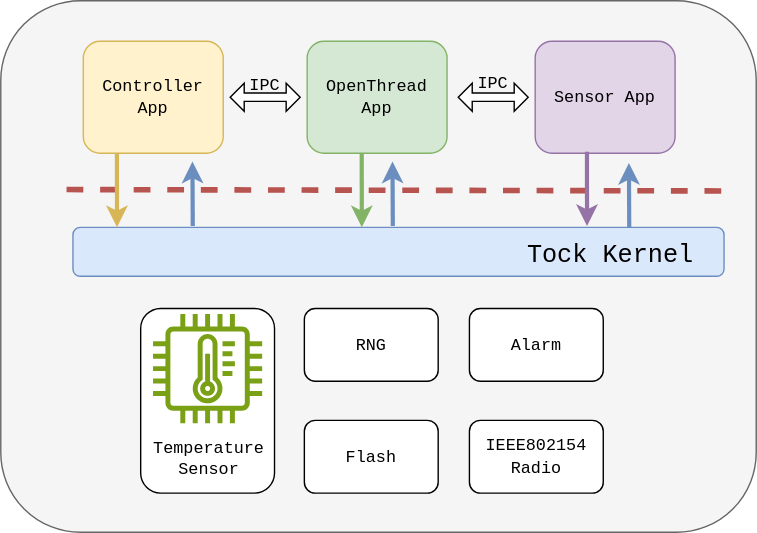
Above: src/imgs/thread_net_tutorial_apps.svg in tock/book (draw.io), before the change. Source tidied: cells renumbered, new cells last; positions are measured from the earlier drawing's top-left corner, leaving out a move shared by most shapes.
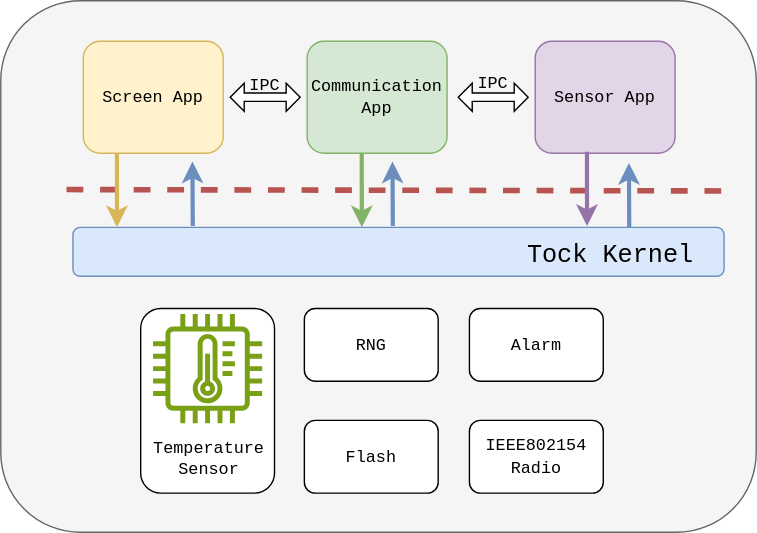
The same diagram one commit later.

Commit message:
[Thread tutorial] Update image app names

Change to the diagram source:
```diff
@@ -5,10 +5,10 @@
     <mxCell id="2" style="rounded=1;whiteSpace=wrap;html=1;fillColor=#f5f5f5;fontColor=#333333;strokeColor=#666666;" parent="1" vertex="1">
       <mxGeometry width="540" height="380" as="geometry" />
     </mxCell>
-    <mxCell id="3" value="&lt;font face=&quot;Courier New&quot;&gt;OpenThread App&lt;/font&gt;" style="rounded=1;whiteSpace=wrap;html=1;fillColor=#d5e8d4;strokeColor=#82b366;" parent="1" vertex="1">
+    <mxCell id="3" value="&lt;font face=&quot;Courier New&quot;&gt;Communication App&lt;/font&gt;" style="rounded=1;whiteSpace=wrap;html=1;fillColor=#d5e8d4;strokeColor=#82b366;" parent="1" vertex="1">
       <mxGeometry x="219" y="29" width="100" height="80" as="geometry" />
     </mxCell>
-    <mxCell id="4" value="&lt;font face=&quot;Courier New&quot;&gt;Controller App&lt;/font&gt;" style="rounded=1;whiteSpace=wrap;html=1;fillColor=#fff2cc;strokeColor=#d6b656;" parent="1" vertex="1">
+    <mxCell id="4" value="&lt;font face=&quot;Courier New&quot;&gt;Screen App&lt;br&gt;&lt;/font&gt;" style="rounded=1;whiteSpace=wrap;html=1;fillColor=#fff2cc;strokeColor=#d6b656;" parent="1" vertex="1">
       <mxGeometry x="59" y="29" width="100" height="80" as="geometry" />
     </mxCell>
     <mxCell id="5" value="&lt;font face=&quot;Courier New&quot;&gt;Sensor App&lt;/font&gt;" style="rounded=1;whiteSpace=wrap;html=1;fillColor=#e1d5e7;strokeColor=#9673a6;" parent="1" vertex="1">
```
